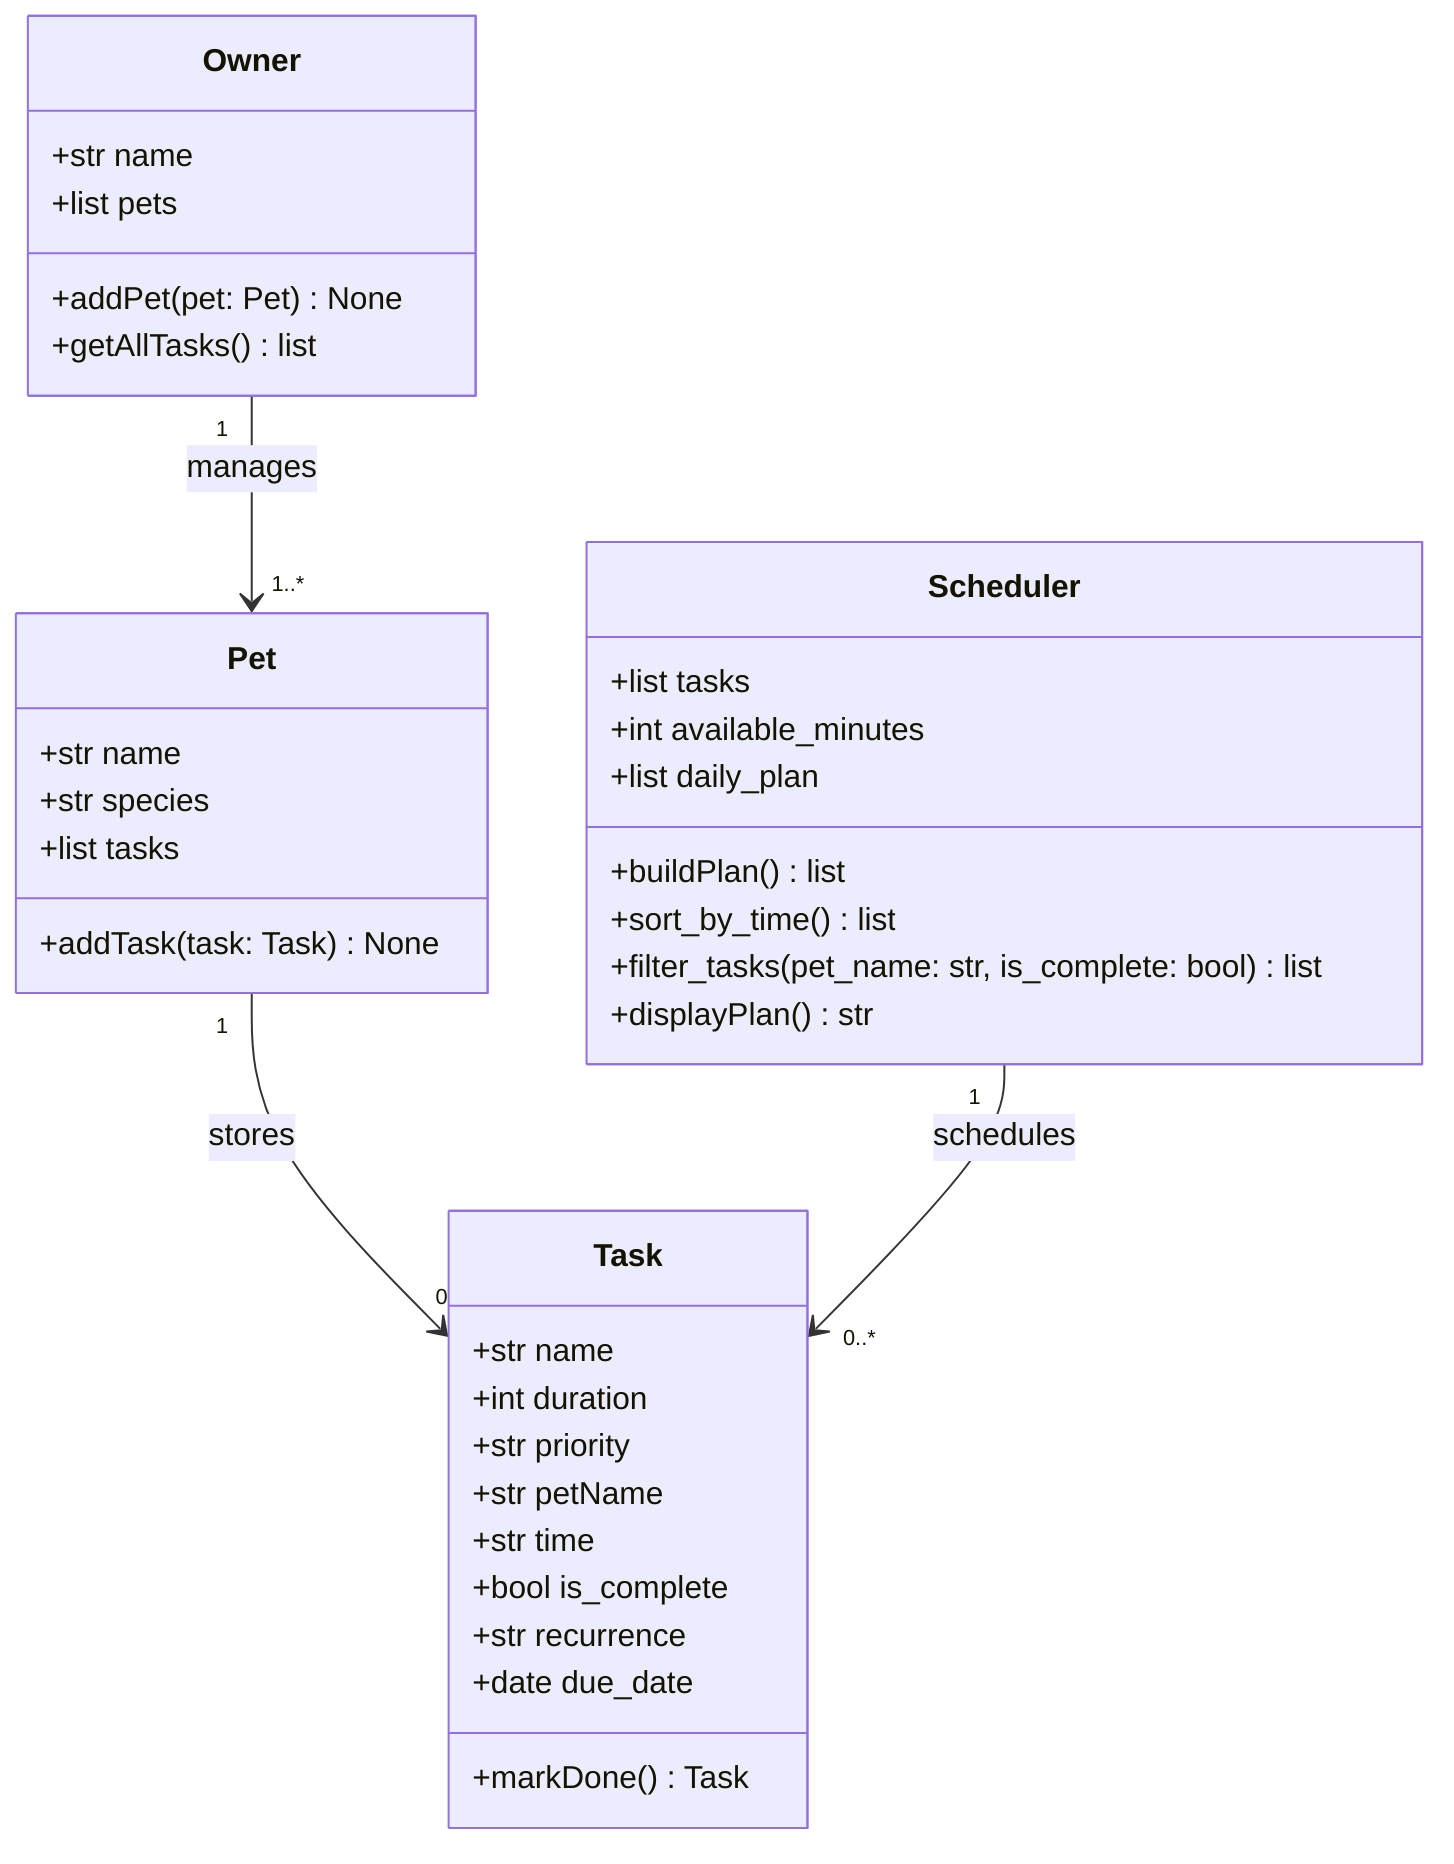
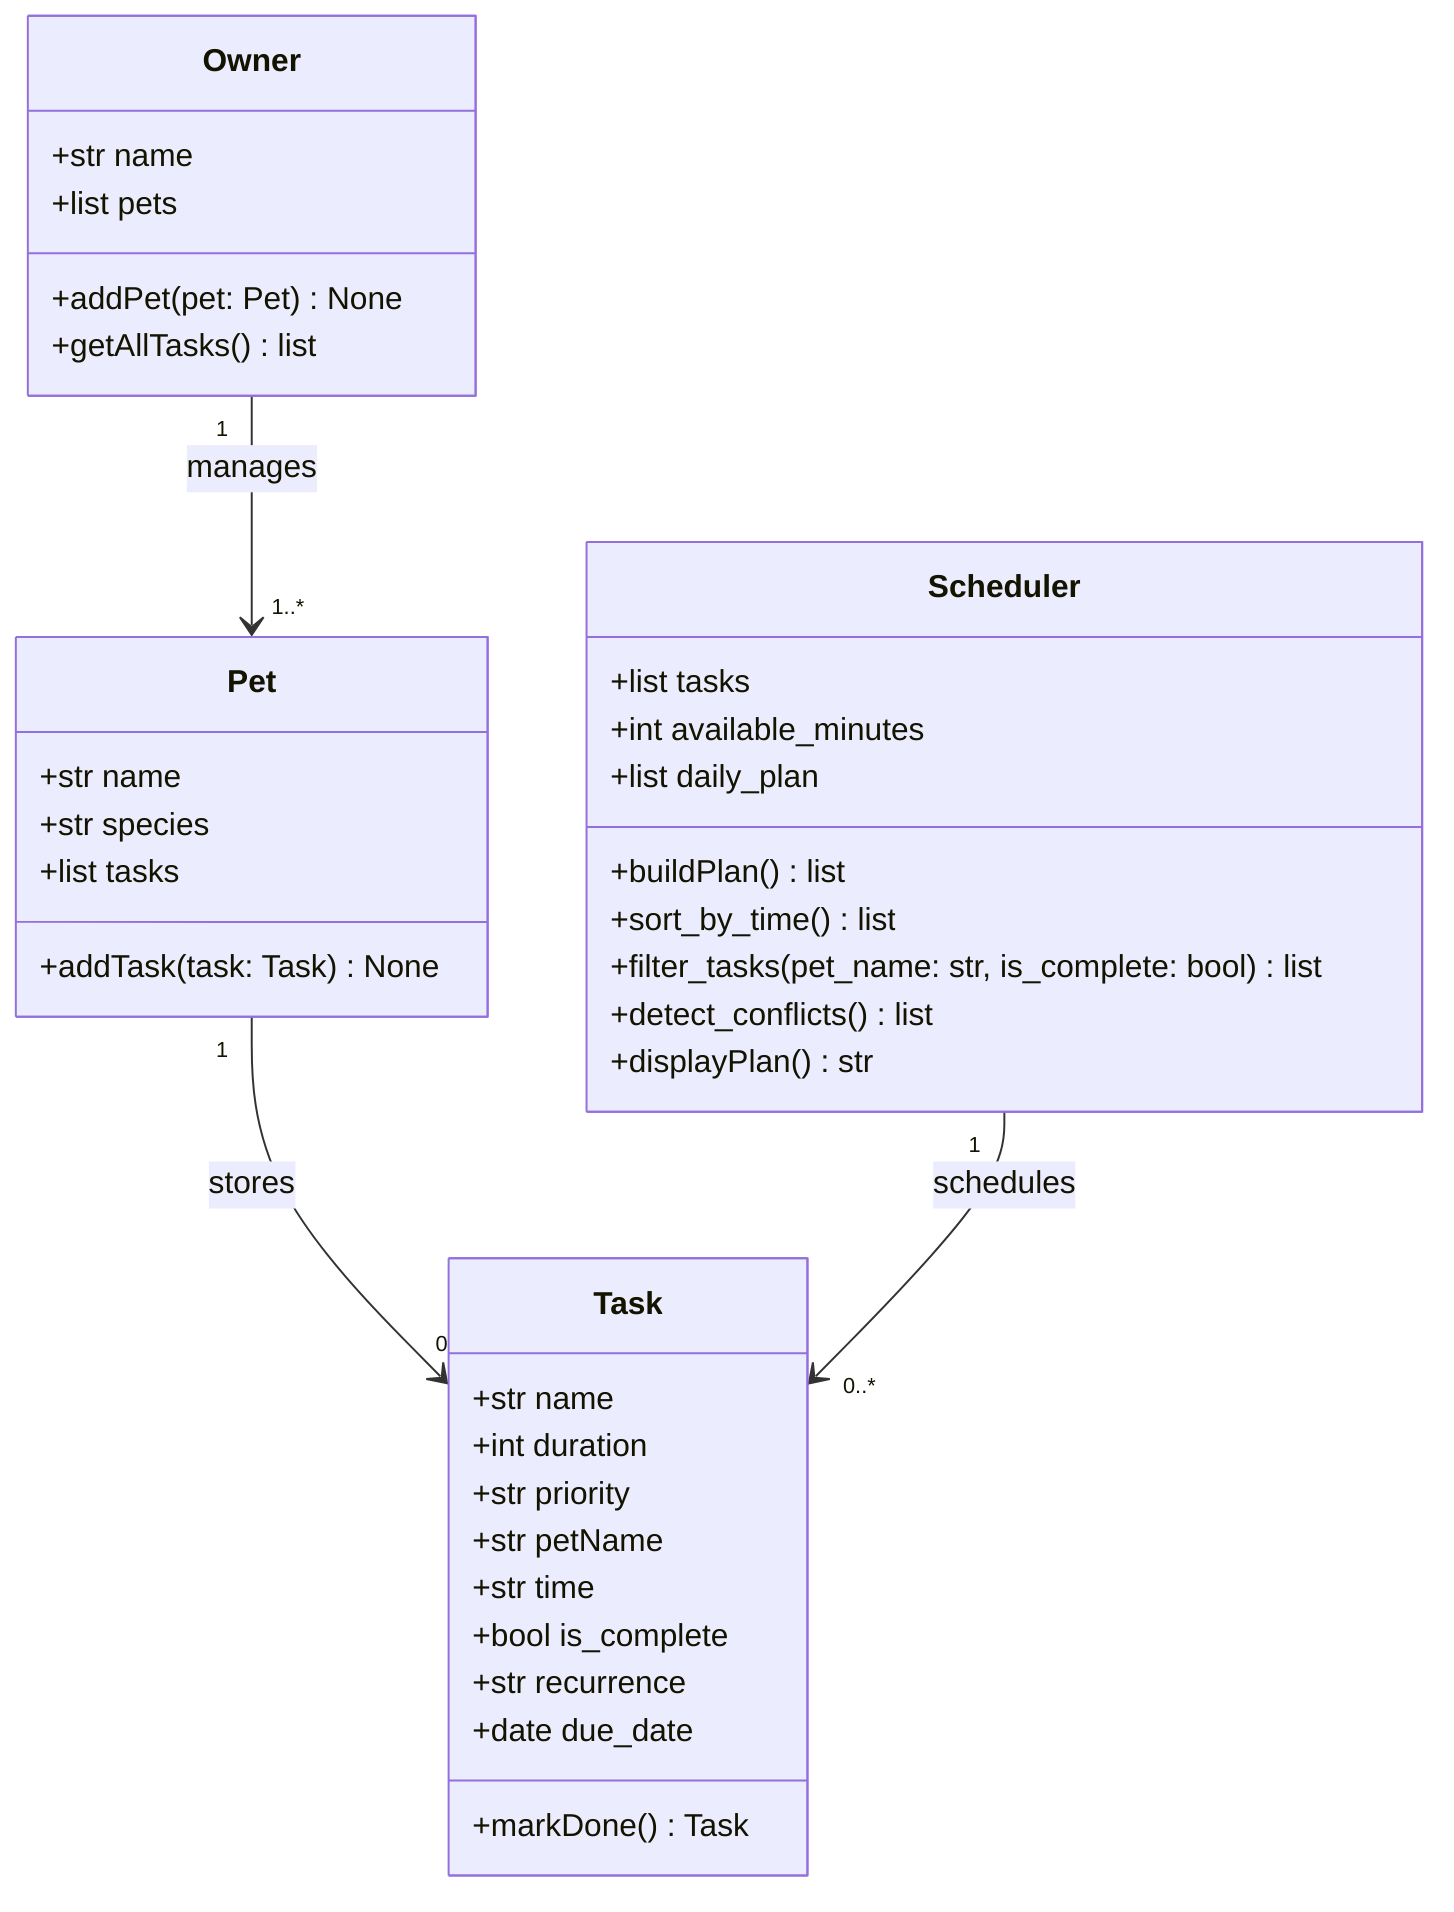
classDiagram
    class Task {
        +str name
        +int duration
        +str priority
        +str petName
        +str time
        +bool is_complete
        +str recurrence
        +date due_date
        +markDone() Task
    }

    class Pet {
        +str name
        +str species
        +list tasks
        +addTask(task: Task) None
    }

    class Owner {
        +str name
        +list pets
        +addPet(pet: Pet) None
        +getAllTasks() list
    }

    class Scheduler {
        +list tasks
        +int available_minutes
        +list daily_plan
        +buildPlan() list
        +sort_by_time() list
        +filter_tasks(pet_name: str, is_complete: bool) list
+         +detect_conflicts() list
        +displayPlan() str
    }

    Pet "1" --> "0..*" Task : stores
    Owner "1" --> "1..*" Pet : manages
    Scheduler "1" --> "0..*" Task : schedules
